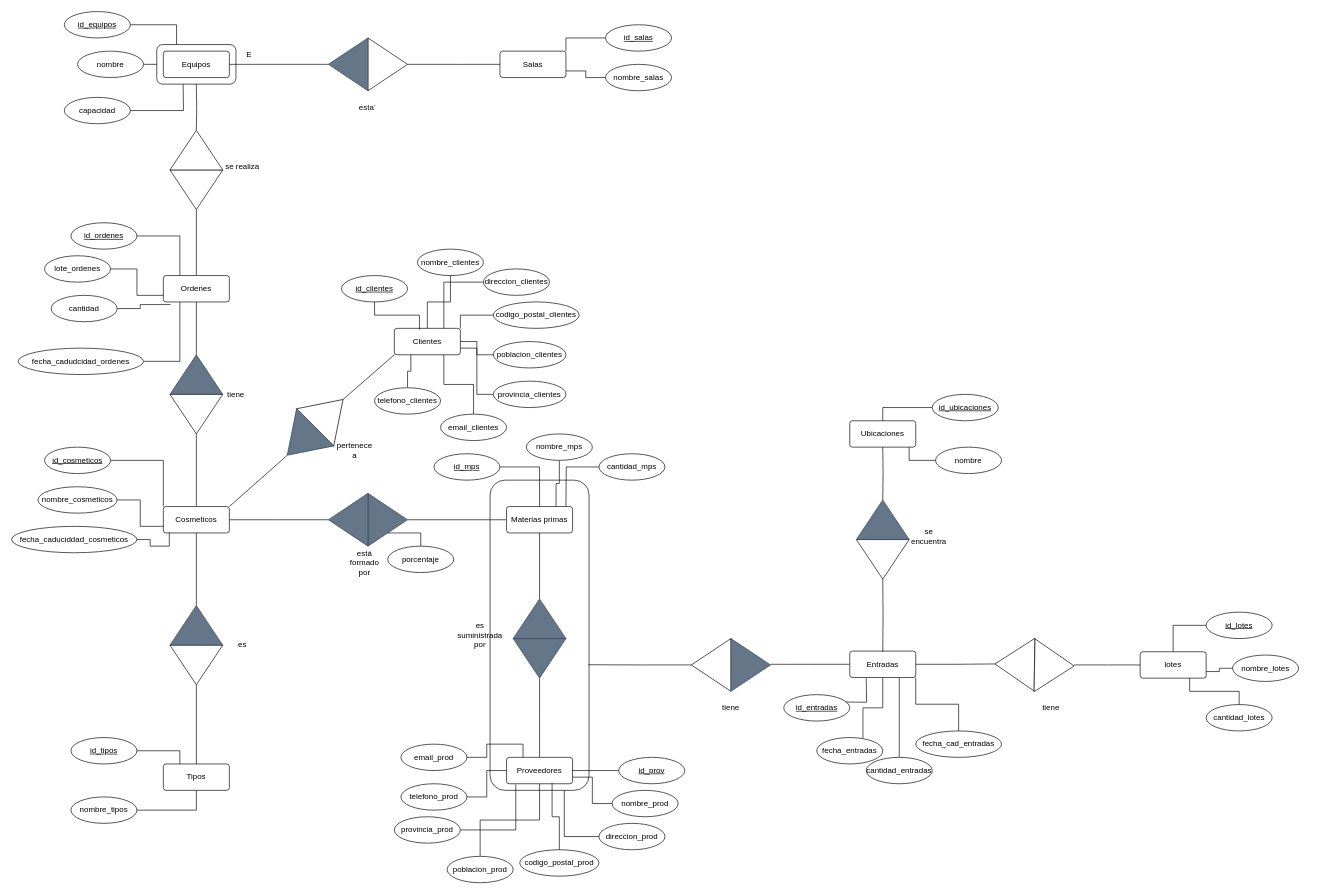
Before: der.drawio in jolumon/proyecto_24_25, a draw.io diagram. Source tidied: cells renumbered, new cells numbered last; positions are measured from the earlier drawing's top-left corner, leaving out a move shared by most shapes. Both pictures are drawn from the tidied source at 66%, with x=0, y=0 at pixel (11, 11).
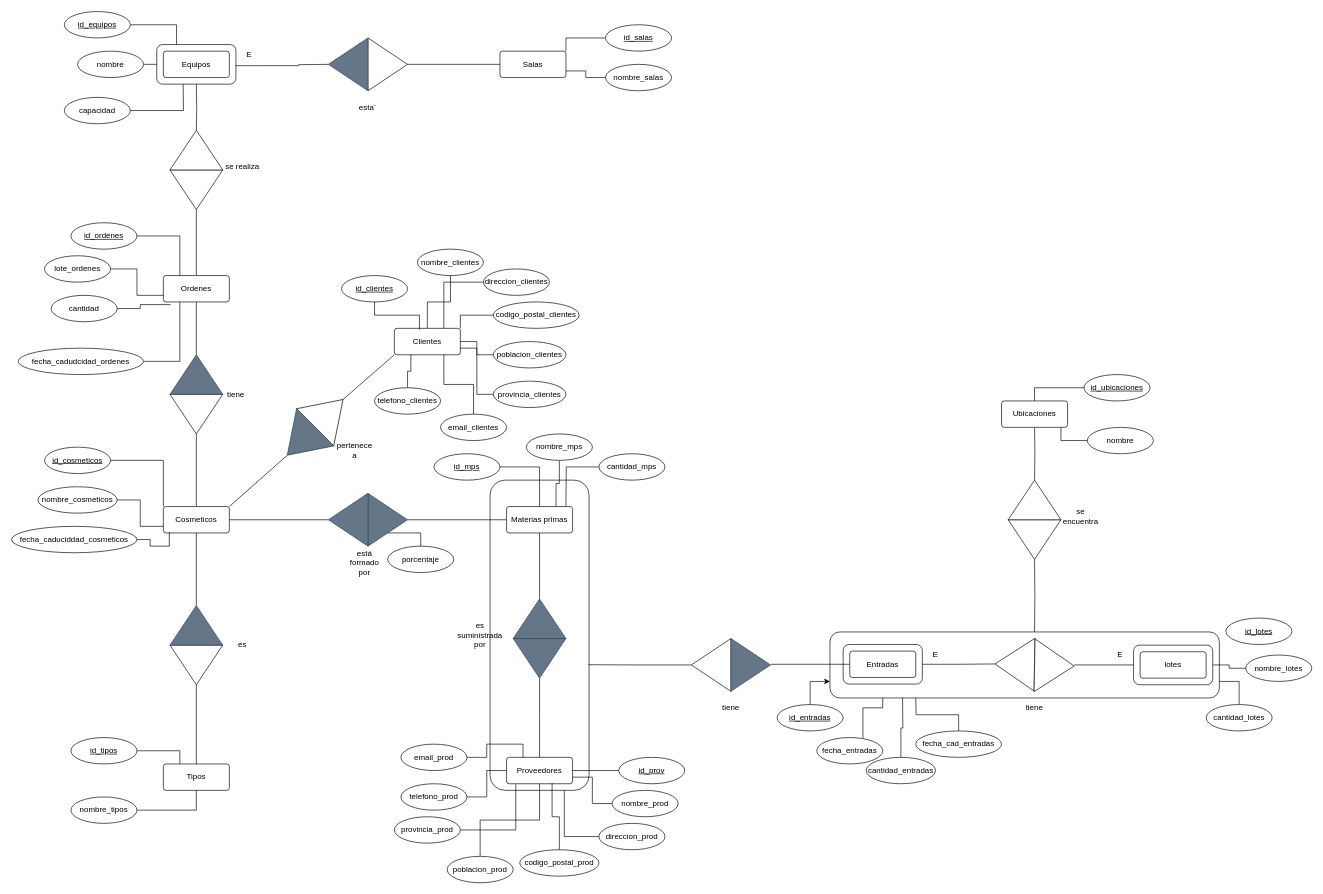
Above is the later version.

Commit message:
Cambiar relaciones entre entidades entradas, lotes y ubicaciones

The change refers to these unchanged cells:
```xml
<mxCell id="117" value="E" style="text;html=1;align=center;verticalAlign=middle;whiteSpace=wrap;rounded=0;" parent="1" vertex="1">
  <mxGeometry x="330" y="50" width="60" height="30" as="geometry" />
</mxCell>
<mxCell id="128" style="triangle;whiteSpace=wrap;html=1;rotation=-179;" parent="127" vertex="1">
  <mxGeometry y="-1" width="60" height="80" as="geometry" />
</mxCell>
<mxCell id="132" value="Entradas" style="rounded=1;arcSize=10;whiteSpace=wrap;html=1;align=center;" parent="1" vertex="1">
  <mxGeometry x="1270" y="969" width="100" height="40" as="geometry" />
</mxCell>
<mxCell id="135" style="triangle;whiteSpace=wrap;html=1;rotation=90;" parent="134" vertex="1">
  <mxGeometry x="30" y="30" width="60" height="80" as="geometry" />
</mxCell>
<mxCell id="144" value="fecha_entradas" style="ellipse;whiteSpace=wrap;html=1;align=center;fontStyle=0;" parent="1" vertex="1">
  <mxGeometry x="1220" y="1100" width="100" height="40" as="geometry" />
</mxCell>
<mxCell id="146" value="fecha_cad_entradas" style="ellipse;whiteSpace=wrap;html=1;align=center;" parent="1" vertex="1">
  <mxGeometry x="1370" y="1090" width="130" height="40" as="geometry" />
</mxCell>
<mxCell id="152" value="lotes" style="rounded=1;arcSize=10;whiteSpace=wrap;html=1;align=center;" parent="1" vertex="1">
  <mxGeometry x="1710" y="970" width="100" height="40" as="geometry" />
</mxCell>
<mxCell id="156" value="cantidad_lotes" style="ellipse;whiteSpace=wrap;html=1;align=center;" parent="1" vertex="1">
  <mxGeometry x="1810" y="1050" width="100" height="40" as="geometry" />
</mxCell>
```

Change to the diagram source:
```diff
@@
+    <mxCell id="162" style="rounded=1;whiteSpace=wrap;html=1;" parent="1" vertex="1">
+      <mxGeometry x="1240" y="940" width="590" height="100" as="geometry" />
+    </mxCell>
+    <mxCell id="163" style="rounded=1;whiteSpace=wrap;html=1;" parent="1" vertex="1">
+      <mxGeometry x="1700" y="960" width="120" height="60" as="geometry" />
+    </mxCell>
+    <mxCell id="164" style="rounded=1;whiteSpace=wrap;html=1;" parent="1" vertex="1">
+      <mxGeometry x="1260" y="959" width="120" height="60" as="geometry" />
+    </mxCell>
@@
-    <mxCell id="37" style="edgeStyle=orthogonalEdgeStyle;rounded=0;orthogonalLoop=1;jettySize=auto;html=1;endArrow=none;endFill=0;" parent="1" edge="1">
+    <mxCell id="37" style="edgeStyle=orthogonalEdgeStyle;rounded=0;jettySize=auto;html=1;endArrow=none;endFill=0;exitX=0.15;exitY=1.067;exitDx=0;exitDy=0;exitPerimeter=0;" parent="1" edge="1" source="117">
       <mxGeometry relative="1" as="geometry">
-        <mxPoint x="330" y="80" as="sourcePoint" />
         <mxPoint x="480" y="80" as="targetPoint" />
       </mxGeometry>
     </mxCell>
@@
     <mxCell id="126" value="Ubicaciones" style="rounded=1;arcSize=10;whiteSpace=wrap;html=1;align=center;" parent="1" vertex="1">
-      <mxGeometry x="1270" y="620" width="100" height="40" as="geometry" />
+      <mxGeometry x="1500" y="590" width="100" height="40" as="geometry" />
     </mxCell>
@@
-    <mxCell id="130" style="edgeStyle=orthogonalEdgeStyle;rounded=0;jettySize=auto;html=1;entryX=1;entryY=0.5;entryDx=0;entryDy=0;endArrow=none;endFill=0;" parent="1" edge="1" source="132" target="128">
+    <mxCell id="130" style="edgeStyle=orthogonalEdgeStyle;rounded=0;jettySize=auto;html=1;entryX=1;entryY=0.5;entryDx=0;entryDy=0;endArrow=none;endFill=0;exitX=1;exitY=0.5;exitDx=0;exitDy=0;" parent="1" edge="1" source="164" target="128">
       <mxGeometry relative="1" as="geometry" />
     </mxCell>
@@
     <mxCell id="133" style="edgeStyle=orthogonalEdgeStyle;rounded=0;jettySize=auto;html=1;endArrow=none;endFill=0;" parent="1" edge="1" target="135">
       <mxGeometry relative="1" as="geometry">
-        <mxPoint x="1320" y="970" as="sourcePoint" />
+        <mxPoint x="1550" y="940" as="sourcePoint" />
       </mxGeometry>
     </mxCell>
     <mxCell id="134" style="group;rotation=90;" parent="1" vertex="1">
-      <mxGeometry x="1260" y="760" width="120" height="80" as="geometry" />
+      <mxGeometry x="1490" y="730" width="120" height="80" as="geometry" />
     </mxCell>
@@
-    <mxCell id="136" style="triangle;whiteSpace=wrap;html=1;rotation=-90;fillColor=#647687;fontColor=#ffffff;strokeColor=#314354;" parent="134" vertex="1">
+    <mxCell id="136" style="triangle;whiteSpace=wrap;html=1;rotation=-90;" parent="134" vertex="1">
       <mxGeometry x="30" y="-30" width="60" height="80" as="geometry" />
     </mxCell>
     <mxCell id="137" style="edgeStyle=orthogonalEdgeStyle;rounded=0;jettySize=auto;html=1;endArrow=none;endFill=0;" parent="1" edge="1" target="136">
       <mxGeometry relative="1" as="geometry">
-        <mxPoint x="1320" y="660" as="sourcePoint" />
+        <mxPoint x="1550" y="630" as="sourcePoint" />
       </mxGeometry>
     </mxCell>
@@
     <mxCell id="139" value="id_ubicaciones" style="ellipse;whiteSpace=wrap;html=1;align=center;fontStyle=4;" parent="1" vertex="1">
-      <mxGeometry x="1395" y="580" width="100" height="40" as="geometry" />
+      <mxGeometry x="1625" y="550" width="100" height="40" as="geometry" />
     </mxCell>
     <mxCell id="140" value="nombre" style="ellipse;whiteSpace=wrap;html=1;align=center;" parent="1" vertex="1">
-      <mxGeometry x="1400" y="660" width="100" height="40" as="geometry" />
+      <mxGeometry x="1630" y="630" width="100" height="40" as="geometry" />
     </mxCell>
-    <mxCell id="141" style="edgeStyle=orthogonalEdgeStyle;rounded=0;orthogonalLoop=1;jettySize=auto;html=1;entryX=0;entryY=0.75;entryDx=0;entryDy=0;endArrow=none;endFill=0;" parent="1" edge="1">
-      <mxGeometry relative="1" as="geometry">
-        <mxPoint x="1245" y="1046" as="sourcePoint" />
-        <mxPoint x="1295" y="1010" as="targetPoint" />
-      </mxGeometry>
-    </mxCell>
+    <mxCell id="165" style="edgeStyle=orthogonalEdgeStyle;rounded=0;jettySize=auto;html=1;entryX=0;entryY=0.75;entryDx=0;entryDy=0;" parent="1" edge="1" source="142" target="162">
+      <mxGeometry relative="1" as="geometry" />
+    </mxCell>
     <mxCell id="142" value="id_entradas" style="ellipse;whiteSpace=wrap;html=1;align=center;fontStyle=4;" parent="1" vertex="1">
-      <mxGeometry x="1170" y="1035" width="100" height="40" as="geometry" />
+      <mxGeometry x="1160" y="1050" width="100" height="40" as="geometry" />
     </mxCell>
-    <mxCell id="143" style="edgeStyle=orthogonalEdgeStyle;rounded=0;jettySize=auto;html=1;entryX=0.5;entryY=1;entryDx=0;entryDy=0;endArrow=none;endFill=0;" parent="1" edge="1" source="144" target="132">
+    <mxCell id="143" style="edgeStyle=orthogonalEdgeStyle;rounded=0;jettySize=auto;html=1;endArrow=none;endFill=0;" parent="1" edge="1" source="144">
       <mxGeometry relative="1" as="geometry">
+        <mxPoint x="1320" y="1040" as="targetPoint" />
         <Array as="points">
           <mxPoint x="1290" y="1055" />
           <mxPoint x="1320" y="1055" />
         </Array>
       </mxGeometry>
     </mxCell>
@@
-    <mxCell id="145" style="edgeStyle=orthogonalEdgeStyle;rounded=0;jettySize=auto;html=1;entryX=1;entryY=1;entryDx=0;entryDy=0;endArrow=none;endFill=0;" parent="1" edge="1" source="146" target="132">
-      <mxGeometry relative="1" as="geometry" />
+    <mxCell id="145" style="edgeStyle=orthogonalEdgeStyle;rounded=0;jettySize=auto;html=1;endArrow=none;endFill=0;" parent="1" edge="1" source="146">
+      <mxGeometry relative="1" as="geometry">
+        <mxPoint x="1370" y="1040" as="targetPoint" />
+      </mxGeometry>
     </mxCell>
@@
-    <mxCell id="147" style="edgeStyle=orthogonalEdgeStyle;rounded=0;jettySize=auto;html=1;entryX=0.75;entryY=1;entryDx=0;entryDy=0;endArrow=none;endFill=0;" parent="1" edge="1" source="148" target="132">
-      <mxGeometry relative="1" as="geometry" />
+    <mxCell id="147" style="edgeStyle=orthogonalEdgeStyle;rounded=0;jettySize=auto;html=1;endArrow=none;endFill=0;" parent="1" edge="1" source="148">
+      <mxGeometry relative="1" as="geometry">
+        <mxPoint x="1350" y="1040" as="targetPoint" />
+      </mxGeometry>
     </mxCell>
     <mxCell id="148" value="cantidad_entradas" style="ellipse;whiteSpace=wrap;html=1;align=center;" parent="1" vertex="1">
-      <mxGeometry x="1295" y="1130" width="100" height="40" as="geometry" />
+      <mxGeometry x="1295" y="1130" width="105" height="40" as="geometry" />
     </mxCell>
@@
-    <mxCell id="151" style="edgeStyle=orthogonalEdgeStyle;rounded=0;jettySize=auto;html=1;endArrow=none;endFill=0;" parent="1" edge="1" source="152">
+    <mxCell id="151" style="edgeStyle=orthogonalEdgeStyle;rounded=0;jettySize=auto;html=1;endArrow=none;endFill=0;exitX=0;exitY=0.5;exitDx=0;exitDy=0;" parent="1" edge="1" source="163">
       <mxGeometry relative="1" as="geometry">
         <mxPoint x="1610" y="990" as="targetPoint" />
       </mxGeometry>
     </mxCell>
@@
-    <mxCell id="153" style="edgeStyle=orthogonalEdgeStyle;rounded=0;jettySize=auto;html=1;entryX=0.5;entryY=0;entryDx=0;entryDy=0;endArrow=none;endFill=0;" parent="1" edge="1" source="154" target="152">
-      <mxGeometry relative="1" as="geometry">
-        <Array as="points">
-          <mxPoint x="1760" y="930" />
-        </Array>
-      </mxGeometry>
-    </mxCell>
     <mxCell id="154" value="id_lotes" style="ellipse;whiteSpace=wrap;html=1;align=center;fontStyle=4;" parent="1" vertex="1">
-      <mxGeometry x="1810" y="910" width="100" height="40" as="geometry" />
+      <mxGeometry x="1840" y="919" width="100" height="40" as="geometry" />
     </mxCell>
     <mxCell id="155" value="nombre_lotes" style="ellipse;whiteSpace=wrap;html=1;align=center;" parent="1" vertex="1">
-      <mxGeometry x="1850" y="975" width="100" height="40" as="geometry" />
+      <mxGeometry x="1870" y="975" width="100" height="40" as="geometry" />
     </mxCell>
+    <mxCell id="166" style="edgeStyle=orthogonalEdgeStyle;rounded=0;jettySize=auto;html=1;entryX=1;entryY=0.75;entryDx=0;entryDy=0;endArrow=none;endFill=0;" parent="1" edge="1" source="156" target="162">
+      <mxGeometry relative="1" as="geometry" />
+    </mxCell>
@@
     <mxCell id="157" value="tiene" style="text;html=1;align=center;verticalAlign=middle;whiteSpace=wrap;rounded=0;" parent="1" vertex="1">
-      <mxGeometry x="1545" y="1040" width="60" height="30" as="geometry" />
+      <mxGeometry x="1520" y="1040" width="60" height="30" as="geometry" />
     </mxCell>
     <mxCell id="158" value="se encuentra" style="text;html=1;align=center;verticalAlign=middle;whiteSpace=wrap;rounded=0;" parent="1" vertex="1">
-      <mxGeometry x="1360" y="780" width="60" height="30" as="geometry" />
+      <mxGeometry x="1590" y="750" width="60" height="30" as="geometry" />
     </mxCell>
@@
-    <mxCell id="160" style="edgeStyle=orthogonalEdgeStyle;rounded=0;jettySize=auto;html=1;entryX=1;entryY=0.75;entryDx=0;entryDy=0;endArrow=none;endFill=0;" parent="1" edge="1" source="155" target="152">
+    <mxCell id="160" style="edgeStyle=orthogonalEdgeStyle;rounded=0;jettySize=auto;html=1;entryX=1;entryY=0.5;entryDx=0;entryDy=0;endArrow=none;endFill=0;" parent="1" edge="1" source="155" target="163">
       <mxGeometry relative="1" as="geometry" />
     </mxCell>
-    <mxCell id="161" style="edgeStyle=orthogonalEdgeStyle;rounded=0;jettySize=auto;html=1;entryX=0.75;entryY=1;entryDx=0;entryDy=0;endArrow=none;endFill=0;" parent="1" edge="1" source="156" target="152">
-      <mxGeometry relative="1" as="geometry" />
-    </mxCell>
+    <mxCell id="167" value="E" style="text;html=1;align=center;verticalAlign=middle;whiteSpace=wrap;rounded=0;" parent="1" vertex="1">
+      <mxGeometry x="1370" y="959" width="60" height="30" as="geometry" />
+    </mxCell>
+    <mxCell id="168" value="E" style="text;html=1;align=center;verticalAlign=middle;whiteSpace=wrap;rounded=0;" parent="1" vertex="1">
+      <mxGeometry x="1650" y="959" width="60" height="30" as="geometry" />
+    </mxCell>
```
